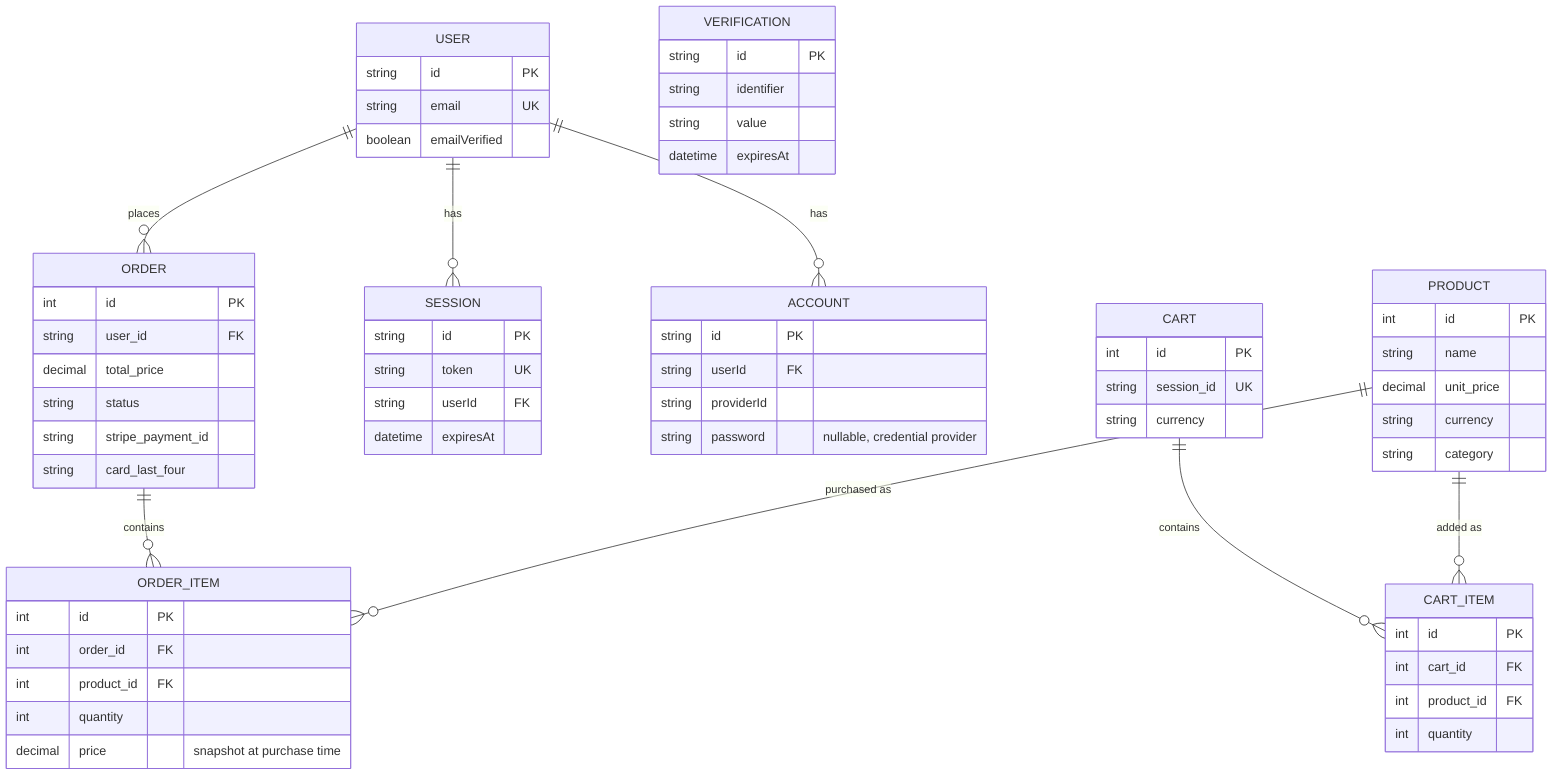
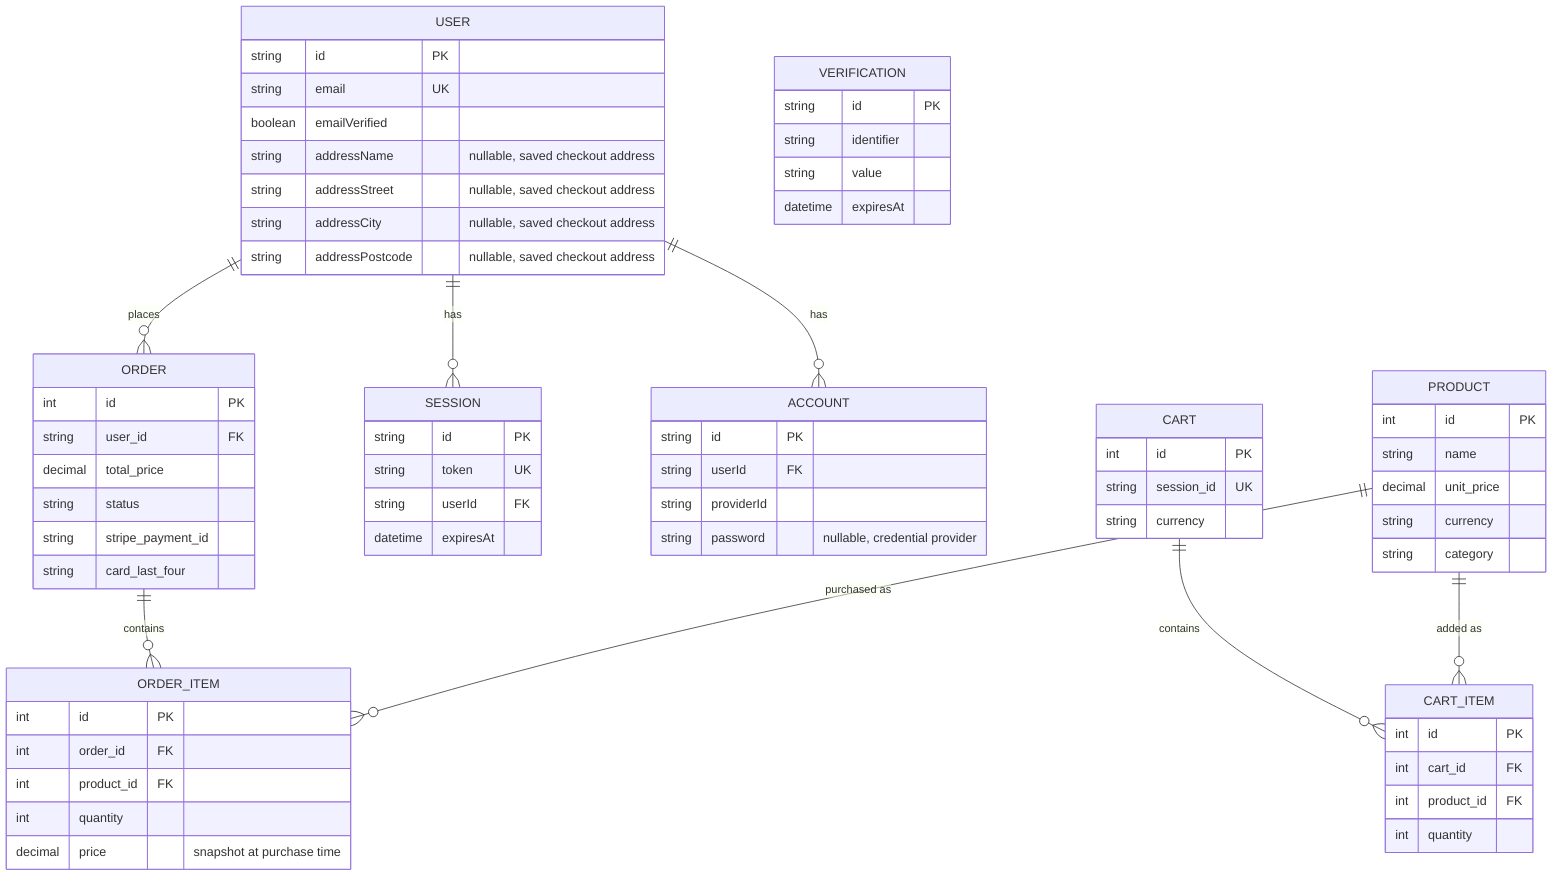
%% Data model — Prisma schema (packages/api/prisma/schema.prisma).
%% Source of truth: packages/api/prisma/schema.prisma, docs/adr/002-database-and-orm.md.
%% Regenerate the SVG with: bun run diagrams
erDiagram
  USER ||--o{ ORDER : places
  USER ||--o{ SESSION : has
  USER ||--o{ ACCOUNT : has
  CART ||--o{ CART_ITEM : contains
  PRODUCT ||--o{ CART_ITEM : "added as"
  ORDER ||--o{ ORDER_ITEM : contains
  PRODUCT ||--o{ ORDER_ITEM : "purchased as"

  USER {
    string id PK
    string email UK
    boolean emailVerified
+     string addressName "nullable, saved checkout address"
+     string addressStreet "nullable, saved checkout address"
+     string addressCity "nullable, saved checkout address"
+     string addressPostcode "nullable, saved checkout address"
  }

  SESSION {
    string id PK
    string token UK
    string userId FK
    datetime expiresAt
  }

  ACCOUNT {
    string id PK
    string userId FK
    string providerId
    string password "nullable, credential provider"
  }

  VERIFICATION {
    string id PK
    string identifier
    string value
    datetime expiresAt
  }

  PRODUCT {
    int id PK
    string name
    decimal unit_price
    string currency
    string category
  }

  CART {
    int id PK
    string session_id UK
    string currency
  }

  CART_ITEM {
    int id PK
    int cart_id FK
    int product_id FK
    int quantity
  }

  ORDER {
    int id PK
    string user_id FK
    decimal total_price
    string status
    string stripe_payment_id
    string card_last_four
  }

  ORDER_ITEM {
    int id PK
    int order_id FK
    int product_id FK
    int quantity
    decimal price "snapshot at purchase time"
  }
